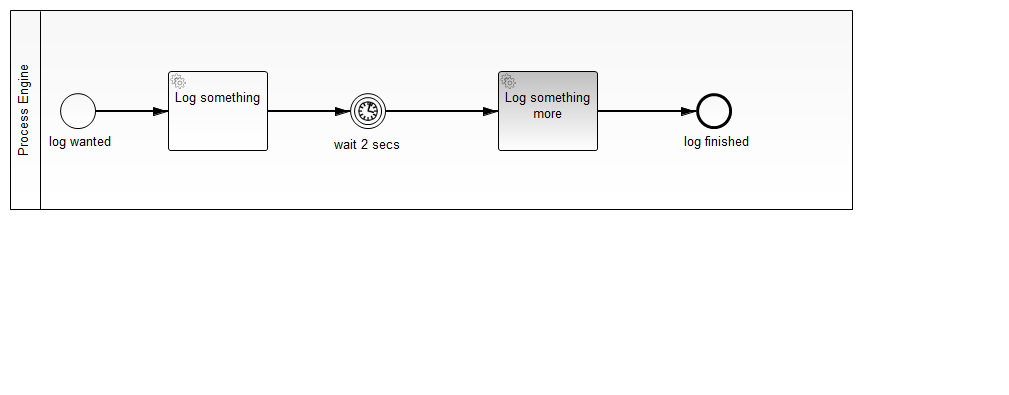
ingorichtsmeier/ingo-camunda-examples keeps this BPMN diagram as projects/embedded-jee/application/process-application-war/src/main/resources/standaloneEjbProcess.png. Above is the earlier version. Its source is kept beside it as projects/embedded-jee/application/process-application-war/src/main/resources/standaloneEjbProcess.bpmn. Ids are renumbered. Source of this version:
```xml
<bpmn2:definitions xmlns:xsi="http://www.w3.org/2001/XMLSchema-instance" xmlns:bpmn2="http://www.omg.org/spec/BPMN/20100524/MODEL" xmlns:bpmndi="http://www.omg.org/spec/BPMN/20100524/DI" xmlns:camunda="http://activiti.org/bpmn" xmlns:dc="http://www.omg.org/spec/DD/20100524/DC" xmlns:di="http://www.omg.org/spec/DD/20100524/DI" xsi:schemaLocation="http://www.omg.org/spec/BPMN/20100524/MODEL BPMN20.xsd" id="Definitions_1" exporter="camunda modeler" exporterVersion="2.7.0" targetNamespace="http://www.example.org/bpmn">
  <bpmn2:collaboration id="Collaboration_1" name="Default Collaboration">
    <bpmn2:participant id="Process_Engine" name="Process Engine" processRef="standalone-ejb-process"/>
  </bpmn2:collaboration>
  <bpmn2:process id="standalone-ejb-process" name="standalone-ejb-process" isExecutable="true">
    <bpmn2:startEvent id="StartEvent_1" camunda:formKey="app:forms/jsf/start-form.jsf" name="log wanted">
      <bpmn2:outgoing>SequenceFlow_1</bpmn2:outgoing>
    </bpmn2:startEvent>
    <bpmn2:endEvent id="EndEvent_1" name="log finished">
      <bpmn2:incoming>SequenceFlow_4</bpmn2:incoming>
    </bpmn2:endEvent>
    <bpmn2:sequenceFlow id="SequenceFlow_1" sourceRef="StartEvent_1" targetRef="Task_1"/>
    <bpmn2:serviceTask id="Task_1" camunda:class="com.camunda.consulting.processApplication.LoggerDelegate" name="Log something">
      <bpmn2:incoming>SequenceFlow_1</bpmn2:incoming>
      <bpmn2:outgoing>SequenceFlow_2</bpmn2:outgoing>
    </bpmn2:serviceTask>
    <bpmn2:sequenceFlow id="SequenceFlow_2" name="" sourceRef="Task_1" targetRef="IntermediateCatchEvent_1"/>
    <bpmn2:intermediateCatchEvent id="IntermediateCatchEvent_1" name="wait 2 secs">
      <bpmn2:incoming>SequenceFlow_2</bpmn2:incoming>
      <bpmn2:outgoing>SequenceFlow_3</bpmn2:outgoing>
      <bpmn2:timerEventDefinition id="_TimerEventDefinition_2">
        <bpmn2:timeDuration xsi:type="bpmn2:tFormalExpression">PT2S</bpmn2:timeDuration>
      </bpmn2:timerEventDefinition>
    </bpmn2:intermediateCatchEvent>
    <bpmn2:sequenceFlow id="SequenceFlow_3" name="" sourceRef="IntermediateCatchEvent_1" targetRef="ServiceTask_1"/>
    <bpmn2:serviceTask id="ServiceTask_1" camunda:class="com.camunda.consulting.processApplication.LoggerDelegate" name="Log something more">
      <bpmn2:incoming>SequenceFlow_3</bpmn2:incoming>
      <bpmn2:outgoing>SequenceFlow_4</bpmn2:outgoing>
    </bpmn2:serviceTask>
    <bpmn2:sequenceFlow id="SequenceFlow_4" name="" sourceRef="ServiceTask_1" targetRef="EndEvent_1"/>
  </bpmn2:process>
  <bpmndi:BPMNDiagram id="BPMNDiagram_1" name="Default Collaboration Diagram">
    <bpmndi:BPMNPlane id="BPMNPlane_1" bpmnElement="Collaboration_1">
      <bpmndi:BPMNShape id="BPMNShape_1" bpmnElement="Process_Engine" isHorizontal="true">
        <dc:Bounds height="200.0" width="843.0" x="10.0" y="10.0"/>
      </bpmndi:BPMNShape>
      <bpmndi:BPMNShape id="BPMNShape_StartEvent_1" bpmnElement="StartEvent_1">
        <dc:Bounds height="36.0" width="36.0" x="60.0" y="93.0"/>
        <bpmndi:BPMNLabel>
          <dc:Bounds height="22.0" width="68.0" x="47.0" y="131.0"/>
        </bpmndi:BPMNLabel>
      </bpmndi:BPMNShape>
      <bpmndi:BPMNShape id="BPMNShape_EndEvent_1" bpmnElement="EndEvent_1">
        <dc:Bounds height="36.0" width="36.0" x="696.0" y="93.0"/>
        <bpmndi:BPMNLabel>
          <dc:Bounds height="22.0" width="71.0" x="682.0" y="131.0"/>
        </bpmndi:BPMNLabel>
      </bpmndi:BPMNShape>
      <bpmndi:BPMNEdge id="BPMNEdge_SequenceFlow_1" bpmnElement="SequenceFlow_1" sourceElement="BPMNShape_StartEvent_1" targetElement="_BPMNShape_Task_2">
        <di:waypoint xsi:type="dc:Point" x="96.0" y="111.0"/>
        <di:waypoint xsi:type="dc:Point" x="168.0" y="111.0"/>
        <bpmndi:BPMNLabel>
          <dc:Bounds height="0.0" width="0.0" x="121.0" y="111.0"/>
        </bpmndi:BPMNLabel>
      </bpmndi:BPMNEdge>
      <bpmndi:BPMNShape id="_BPMNShape_Task_2" bpmnElement="Task_1">
        <dc:Bounds height="80.0" width="100.0" x="168.0" y="71.0"/>
      </bpmndi:BPMNShape>
      <bpmndi:BPMNEdge id="BPMNEdge_SequenceFlow_2" bpmnElement="SequenceFlow_2" sourceElement="_BPMNShape_Task_2" targetElement="_BPMNShape_IntermediateCatchEvent_2">
        <di:waypoint xsi:type="dc:Point" x="268.0" y="111.0"/>
        <di:waypoint xsi:type="dc:Point" x="350.0" y="111.0"/>
        <bpmndi:BPMNLabel>
          <dc:Bounds height="6.0" width="6.0" x="328.0" y="111.0"/>
        </bpmndi:BPMNLabel>
      </bpmndi:BPMNEdge>
      <bpmndi:BPMNShape id="_BPMNShape_IntermediateCatchEvent_2" bpmnElement="IntermediateCatchEvent_1">
        <dc:Bounds height="36.0" width="36.0" x="350.0" y="93.0"/>
      </bpmndi:BPMNShape>
      <bpmndi:BPMNEdge id="BPMNEdge_SequenceFlow_3" bpmnElement="SequenceFlow_3" sourceElement="_BPMNShape_IntermediateCatchEvent_2" targetElement="_BPMNShape_ServiceTask_2">
        <di:waypoint xsi:type="dc:Point" x="386.0" y="111.0"/>
        <di:waypoint xsi:type="dc:Point" x="498.0" y="111.0"/>
        <bpmndi:BPMNLabel>
          <dc:Bounds height="6.0" width="6.0" x="439.0" y="111.0"/>
        </bpmndi:BPMNLabel>
      </bpmndi:BPMNEdge>
      <bpmndi:BPMNShape id="_BPMNShape_ServiceTask_2" bpmnElement="ServiceTask_1">
        <dc:Bounds height="80.0" width="100.0" x="498.0" y="71.0"/>
      </bpmndi:BPMNShape>
      <bpmndi:BPMNEdge id="BPMNEdge_SequenceFlow_4" bpmnElement="SequenceFlow_4" sourceElement="_BPMNShape_ServiceTask_2" targetElement="BPMNShape_EndEvent_1">
        <di:waypoint xsi:type="dc:Point" x="598.0" y="111.0"/>
        <di:waypoint xsi:type="dc:Point" x="696.0" y="111.0"/>
      </bpmndi:BPMNEdge>
    </bpmndi:BPMNPlane>
  </bpmndi:BPMNDiagram>
</bpmn2:definitions>
```
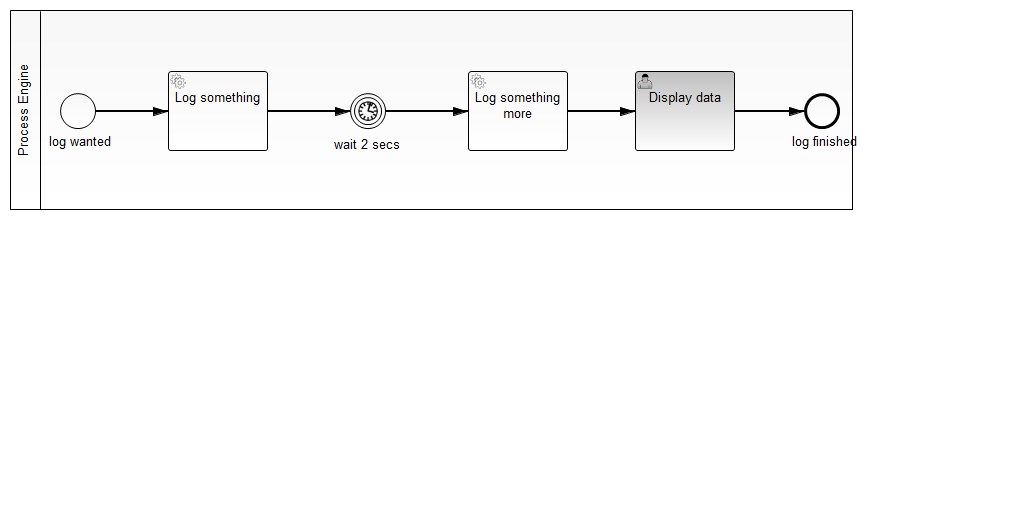
Above is the later version.

Commit message:
add user task to example process

Diff of the diagram source:
```diff
@@ -7,7 +7,7 @@
       <bpmn2:outgoing>SequenceFlow_1</bpmn2:outgoing>
     </bpmn2:startEvent>
     <bpmn2:endEvent id="EndEvent_1" name="log finished">
-      <bpmn2:incoming>SequenceFlow_4</bpmn2:incoming>
+      <bpmn2:incoming>SequenceFlow_5</bpmn2:incoming>
     </bpmn2:endEvent>
     <bpmn2:sequenceFlow id="SequenceFlow_1" sourceRef="StartEvent_1" targetRef="Task_1"/>
     <bpmn2:serviceTask id="Task_1" camunda:class="com.camunda.consulting.processApplication.LoggerDelegate" name="Log something">
@@ -27,7 +27,12 @@
       <bpmn2:incoming>SequenceFlow_3</bpmn2:incoming>
       <bpmn2:outgoing>SequenceFlow_4</bpmn2:outgoing>
     </bpmn2:serviceTask>
-    <bpmn2:sequenceFlow id="SequenceFlow_4" name="" sourceRef="ServiceTask_1" targetRef="EndEvent_1"/>
+    <bpmn2:sequenceFlow id="SequenceFlow_4" name="" sourceRef="ServiceTask_1" targetRef="UserTask_1"/>
+    <bpmn2:userTask id="UserTask_1" camunda:formKey="app:forms/jsf/task-form.jsf" name="Display data">
+      <bpmn2:incoming>SequenceFlow_4</bpmn2:incoming>
+      <bpmn2:outgoing>SequenceFlow_5</bpmn2:outgoing>
+    </bpmn2:userTask>
+    <bpmn2:sequenceFlow id="SequenceFlow_5" name="" sourceRef="UserTask_1" targetRef="EndEvent_1"/>
   </bpmn2:process>
   <bpmndi:BPMNDiagram id="BPMNDiagram_1" name="Default Collaboration Diagram">
     <bpmndi:BPMNPlane id="BPMNPlane_1" bpmnElement="Collaboration_1">
@@ -41,9 +46,9 @@
         </bpmndi:BPMNLabel>
       </bpmndi:BPMNShape>
       <bpmndi:BPMNShape id="BPMNShape_EndEvent_1" bpmnElement="EndEvent_1">
-        <dc:Bounds height="36.0" width="36.0" x="696.0" y="93.0"/>
+        <dc:Bounds height="36.0" width="36.0" x="804.0" y="93.0"/>
         <bpmndi:BPMNLabel>
-          <dc:Bounds height="22.0" width="71.0" x="682.0" y="131.0"/>
+          <dc:Bounds height="22.0" width="71.0" x="790.0" y="131.0"/>
         </bpmndi:BPMNLabel>
       </bpmndi:BPMNShape>
       <bpmndi:BPMNEdge id="BPMNEdge_SequenceFlow_1" bpmnElement="SequenceFlow_1" sourceElement="BPMNShape_StartEvent_1" targetElement="_BPMNShape_Task_2">
@@ -68,17 +73,27 @@
       </bpmndi:BPMNShape>
       <bpmndi:BPMNEdge id="BPMNEdge_SequenceFlow_3" bpmnElement="SequenceFlow_3" sourceElement="_BPMNShape_IntermediateCatchEvent_2" targetElement="_BPMNShape_ServiceTask_2">
         <di:waypoint xsi:type="dc:Point" x="386.0" y="111.0"/>
-        <di:waypoint xsi:type="dc:Point" x="498.0" y="111.0"/>
+        <di:waypoint xsi:type="dc:Point" x="468.0" y="111.0"/>
         <bpmndi:BPMNLabel>
           <dc:Bounds height="6.0" width="6.0" x="439.0" y="111.0"/>
         </bpmndi:BPMNLabel>
       </bpmndi:BPMNEdge>
       <bpmndi:BPMNShape id="_BPMNShape_ServiceTask_2" bpmnElement="ServiceTask_1">
-        <dc:Bounds height="80.0" width="100.0" x="498.0" y="71.0"/>
+        <dc:Bounds height="80.0" width="100.0" x="468.0" y="71.0"/>
       </bpmndi:BPMNShape>
-      <bpmndi:BPMNEdge id="BPMNEdge_SequenceFlow_4" bpmnElement="SequenceFlow_4" sourceElement="_BPMNShape_ServiceTask_2" targetElement="BPMNShape_EndEvent_1">
-        <di:waypoint xsi:type="dc:Point" x="598.0" y="111.0"/>
-        <di:waypoint xsi:type="dc:Point" x="696.0" y="111.0"/>
+      <bpmndi:BPMNEdge id="BPMNEdge_SequenceFlow_4" bpmnElement="SequenceFlow_4" sourceElement="_BPMNShape_ServiceTask_2" targetElement="_BPMNShape_UserTask_3">
+        <di:waypoint xsi:type="dc:Point" x="568.0" y="111.0"/>
+        <di:waypoint xsi:type="dc:Point" x="635.0" y="111.0"/>
+        <bpmndi:BPMNLabel>
+          <dc:Bounds height="6.0" width="6.0" x="614.0" y="111.0"/>
+        </bpmndi:BPMNLabel>
+      </bpmndi:BPMNEdge>
+      <bpmndi:BPMNShape id="_BPMNShape_UserTask_3" bpmnElement="UserTask_1">
+        <dc:Bounds height="80.0" width="100.0" x="635.0" y="71.0"/>
+      </bpmndi:BPMNShape>
+      <bpmndi:BPMNEdge id="BPMNEdge_SequenceFlow_5" bpmnElement="SequenceFlow_5" sourceElement="_BPMNShape_UserTask_3" targetElement="BPMNShape_EndEvent_1">
+        <di:waypoint xsi:type="dc:Point" x="735.0" y="111.0"/>
+        <di:waypoint xsi:type="dc:Point" x="804.0" y="111.0"/>
       </bpmndi:BPMNEdge>
     </bpmndi:BPMNPlane>
   </bpmndi:BPMNDiagram>
```
